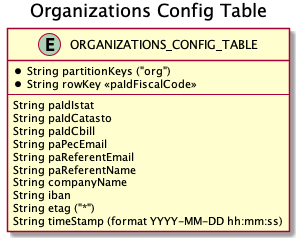
Before: docs/Table-Organizations_Config_Table.png, a diagram exported from PlantUML (pagopa/pagopa-canone-unico).
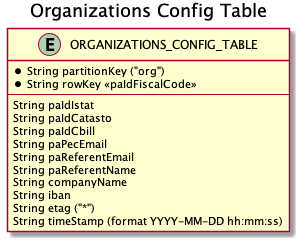
The same diagram one commit later.

What changed in the source:
```diff
@@ -3,7 +3,7 @@
 title Organizations Config Table
 
 entity ORGANIZATIONS_CONFIG_TABLE {
-  * String partitionKeys ("org")
+  * String partitionKey ("org")
   * String rowKey <<paIdFiscalCode>>
   --
     String paIdIstat
```
